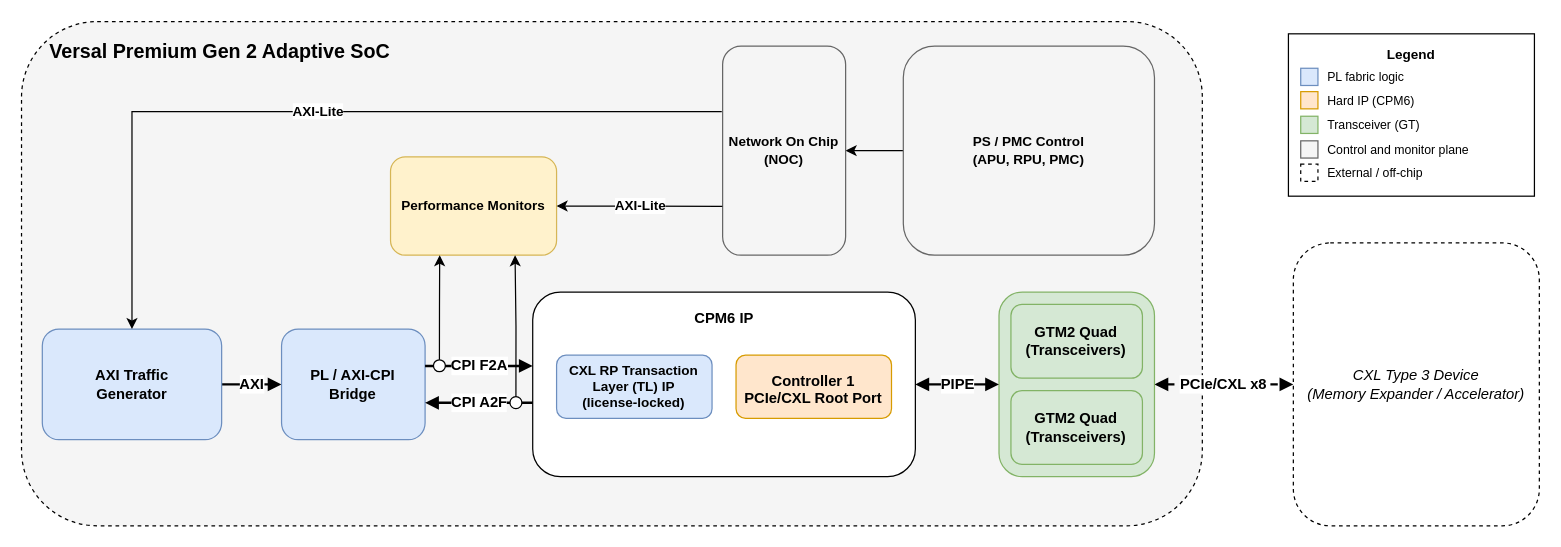
The draw.io diagram ced/Xilinx/IPI/Versal_CPM6_CXL_RP/images/block_diagram.drawio in Xilinx/XilinxCEDStore, before the edit. Source tidied: cells renumbered, new cells numbered last; positions are measured from the earlier drawing's top-left corner, leaving out a move shared by most shapes. Both pictures are drawn from the tidied source at 123%, with x=0, y=0 at pixel (21, 21).
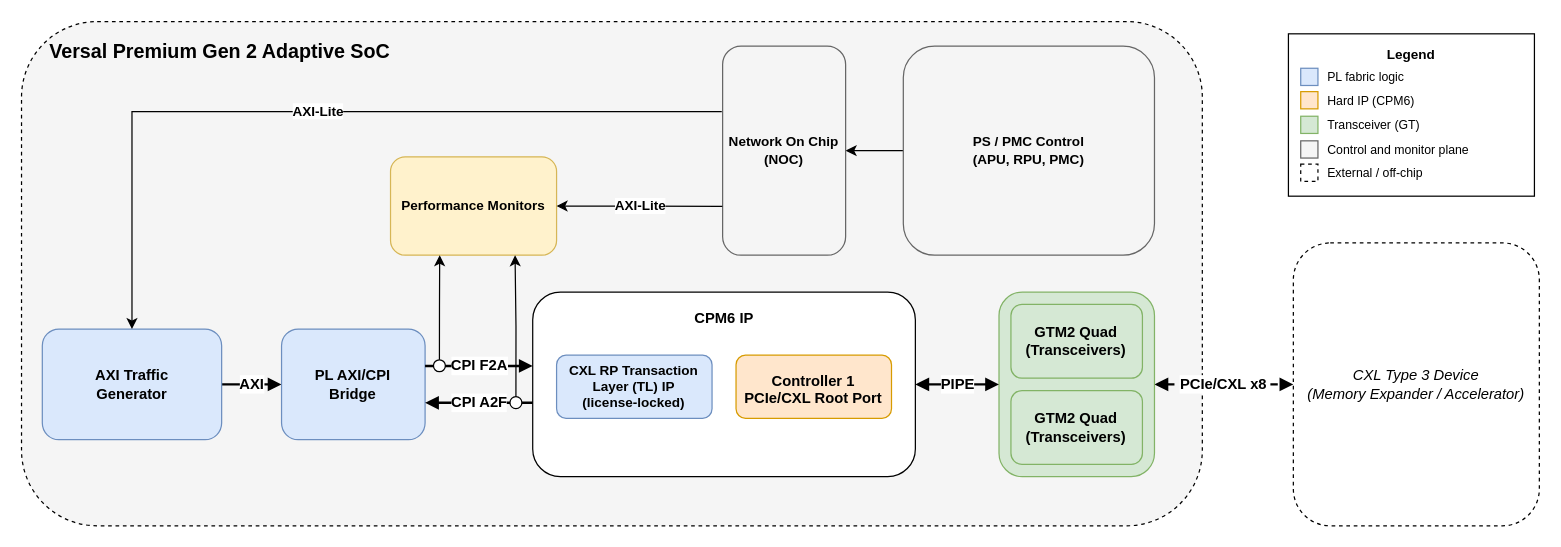
The same page after the edit.

The edit, as a diff of the source:
```diff
@@
-    <mxCell id="19" value="PL / AXI-CPI&#10;Bridge" style="rounded=1;whiteSpace=wrap;html=1;fillColor=#DAE8FC;strokeColor=#6C8EBF;fontSize=12;fontStyle=1;" parent="1" vertex="1">
+    <mxCell id="19" value="PL AXI/CPI&lt;br&gt;Bridge" style="rounded=1;whiteSpace=wrap;html=1;fillColor=#DAE8FC;strokeColor=#6C8EBF;fontSize=12;fontStyle=1;" parent="1" vertex="1">
       <mxGeometry x="211.4" y="250" width="116.7" height="90" as="geometry" />
     </mxCell>
```
